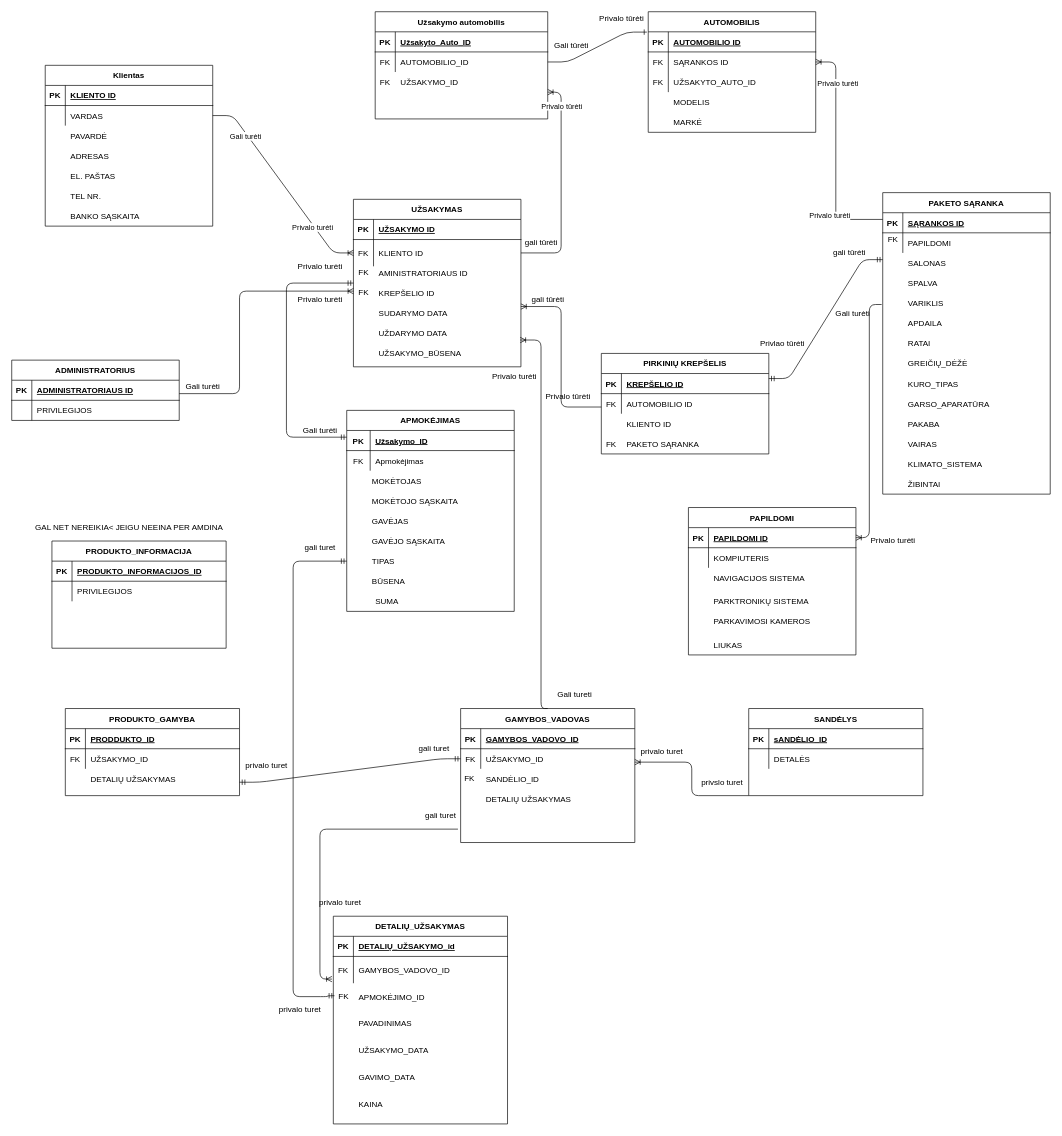
This is DuomenuBazesMaketas.drawio from combatants7/Win, a draw.io file, before an edit. Source tidied: cells renumbered, new cells numbered last; positions are measured from the earlier drawing's top-left corner, leaving out a move shared by most shapes. Both pictures are drawn from the tidied source at 67%, with x=0, y=0 at pixel (11, 11).
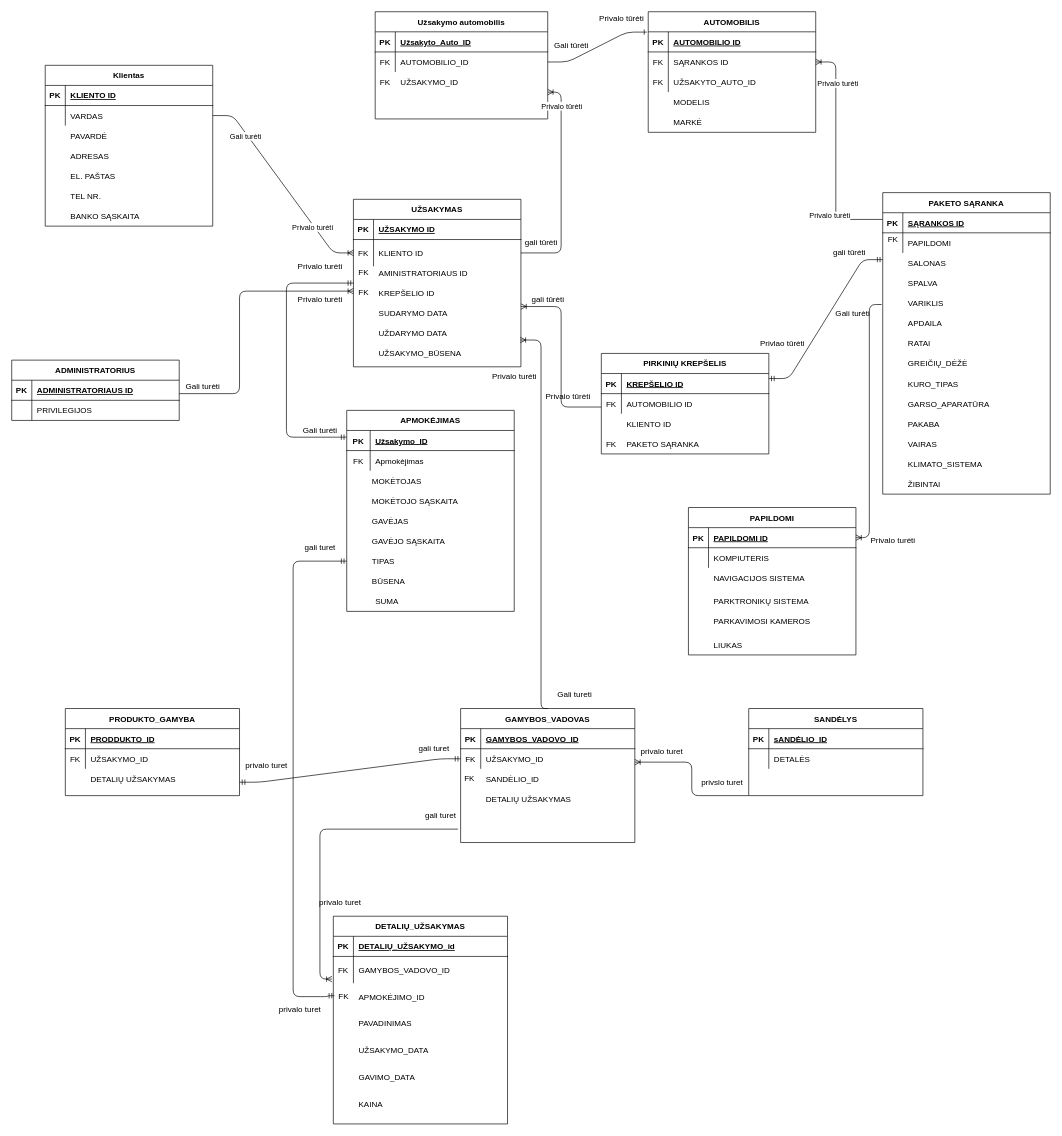
The same diagram, later.

Diff of the diagram source:
```diff
@@
-    <mxCell id="138" value="PRODUKTO_INFORMACIJA" style="shape=table;startSize=30;childLayout=tableLayout;rowLines=0;fontStyle=1;align=center;" parent="1" vertex="1">
-      <mxGeometry x="60" y="790" width="260" height="160" as="geometry" />
-    </mxCell>
-    <mxCell id="139" style="shape=partialRectangle;fillColor=none;top=0;left=0;right=0;bottom=1;" parent="138" vertex="1">
-      <mxGeometry y="30" width="260" height="30" as="geometry" />
-    </mxCell>
-    <mxCell id="140" value="PK" style="shape=partialRectangle;overflow=hidden;fillColor=none;top=0;left=0;bottom=0;right=0;fontStyle=1;" parent="139" vertex="1">
-      <mxGeometry width="30" height="30" as="geometry" />
-    </mxCell>
-    <mxCell id="141" value="PRODUKTO_INFORMACIJOS_ID" style="shape=partialRectangle;overflow=hidden;fillColor=none;top=0;left=0;bottom=0;right=0;align=left;spacingLeft=6;fontStyle=5;" parent="139" vertex="1">
-      <mxGeometry x="30" width="230" height="30" as="geometry" />
-    </mxCell>
-    <mxCell id="142" style="shape=partialRectangle;fillColor=none;top=0;left=0;right=0;bottom=0;" parent="138" vertex="1">
-      <mxGeometry y="60" width="260" height="30" as="geometry" />
-    </mxCell>
-    <mxCell id="143" style="shape=partialRectangle;overflow=hidden;fillColor=none;top=0;left=0;bottom=0;right=0;" parent="142" vertex="1">
-      <mxGeometry width="30" height="30" as="geometry" />
-    </mxCell>
-    <mxCell id="144" value="PRIVILEGIJOS" style="shape=partialRectangle;overflow=hidden;fillColor=none;top=0;left=0;bottom=0;right=0;align=left;spacingLeft=6;" parent="142" vertex="1">
-      <mxGeometry x="30" width="230" height="30" as="geometry" />
-    </mxCell>
-    <mxCell id="145" value="GAL NET NEREIKIA&amp;lt; JEIGU NEEINA PER AMDINA" style="text;html=1;align=center;verticalAlign=middle;" parent="1" vertex="1">
-      <mxGeometry x="25" y="760" width="300" height="20" as="geometry" />
-    </mxCell>
```
